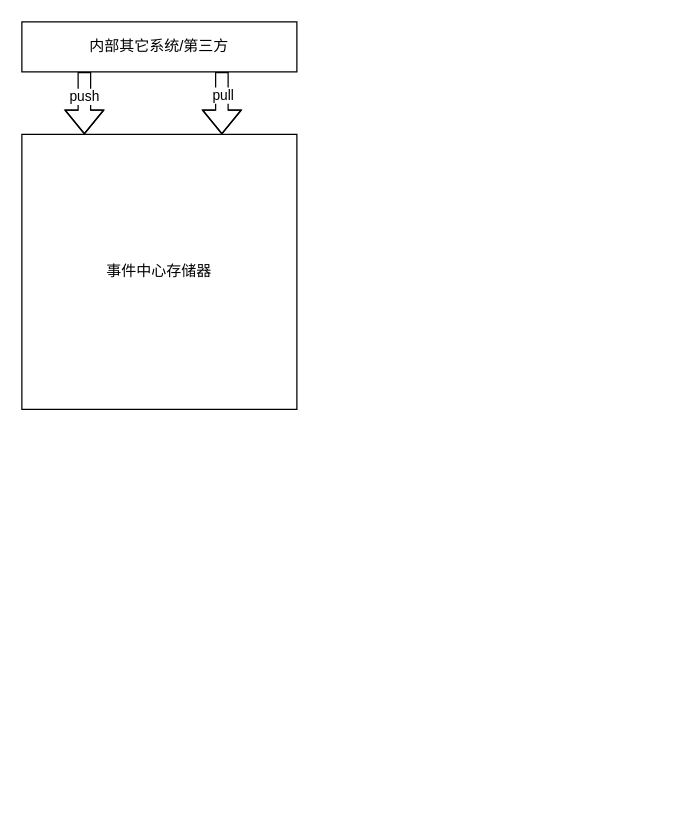
This is page "事件架构图" (2 of 2) of Untitled Diagram.drawio from WashingtonWang/diagram, a draw.io file, before an edit. Source tidied: cells renumbered, new cells numbered last; positions are measured from the earlier drawing's top-left corner, leaving out a move shared by most shapes. Both pictures are drawn from the tidied source at 125%, with x=0, y=0 at pixel (21, 21).
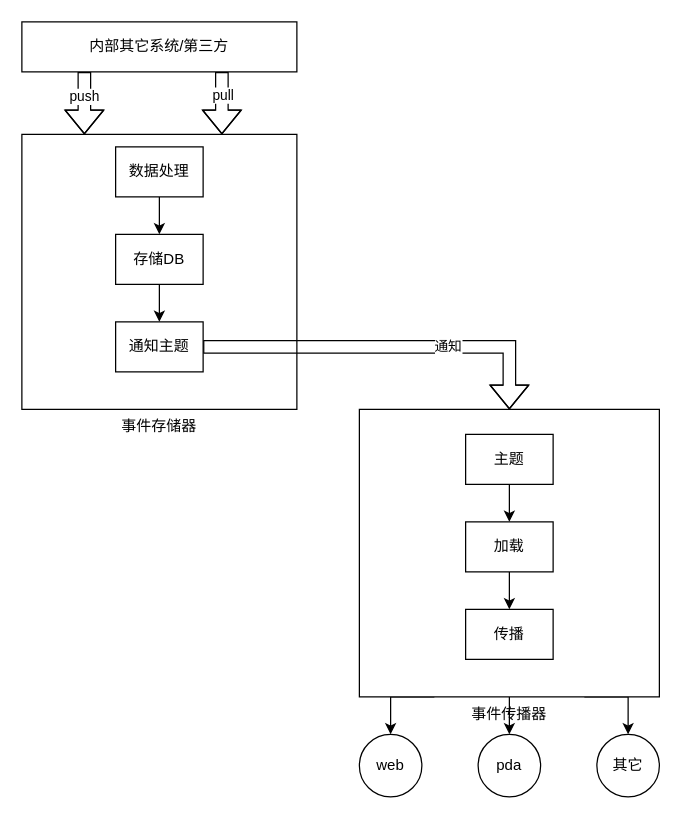
The same diagram, later.

Commit message:
forwardx 事件 架构图

Change to the diagram source:
```diff
@@
-    <mxCell id="5" value="事件中心存储器" style="whiteSpace=wrap;html=1;rounded=0;" parent="1" vertex="1">
+    <mxCell id="5" value="事件存储器" style="whiteSpace=wrap;html=1;rounded=0;verticalAlign=top;labelPosition=center;verticalLabelPosition=bottom;align=center;" parent="1" vertex="1">
       <mxGeometry y="90" width="220" height="220" as="geometry" />
     </mxCell>
@@
+    <mxCell id="8" style="edgeStyle=orthogonalEdgeStyle;rounded=0;jettySize=auto;html=1;" parent="1" edge="1" source="9" target="11">
+      <mxGeometry relative="1" as="geometry" />
+    </mxCell>
+    <mxCell id="9" value="数据处理" style="rounded=0;whiteSpace=wrap;html=1;" parent="1" vertex="1">
+      <mxGeometry x="75" y="100" width="70" height="40" as="geometry" />
+    </mxCell>
+    <mxCell id="10" style="edgeStyle=orthogonalEdgeStyle;rounded=0;jettySize=auto;html=1;exitX=0.5;exitY=1;exitDx=0;exitDy=0;entryX=0.5;entryY=0;entryDx=0;entryDy=0;" parent="1" edge="1" source="11" target="14">
+      <mxGeometry relative="1" as="geometry" />
+    </mxCell>
+    <mxCell id="11" value="存储DB" style="rounded=0;whiteSpace=wrap;html=1;" parent="1" vertex="1">
+      <mxGeometry x="75" y="170" width="70" height="40" as="geometry" />
+    </mxCell>
+    <mxCell id="12" style="edgeStyle=orthogonalEdgeStyle;shape=flexArrow;rounded=0;comic=0;sketch=0;jumpStyle=none;jettySize=auto;html=1;exitX=1;exitY=0.5;exitDx=0;exitDy=0;entryX=0.5;entryY=0;entryDx=0;entryDy=0;shadow=0;endFill=1;strokeColor=default;" parent="1" edge="1" source="14" target="20">
+      <mxGeometry relative="1" as="geometry" />
+    </mxCell>
+    <mxCell id="13" value="通知" style="edgeLabel;html=1;align=center;verticalAlign=middle;" parent="12" vertex="1">
+      <mxGeometry x="0.32" y="1" relative="1" as="geometry" />
+    </mxCell>
+    <mxCell id="14" value="通知主题" style="rounded=0;whiteSpace=wrap;html=1;" parent="1" vertex="1">
+      <mxGeometry x="75" y="240" width="70" height="40" as="geometry" />
+    </mxCell>
+    <mxCell id="15" style="edgeStyle=orthogonalEdgeStyle;rounded=0;sketch=0;jumpStyle=none;jettySize=auto;html=1;exitX=0.5;exitY=0;exitDx=0;exitDy=0;entryX=0.5;entryY=0;entryDx=0;entryDy=0;shadow=0;" parent="1" edge="1" source="20" target="22">
+      <mxGeometry relative="1" as="geometry" />
+    </mxCell>
+    <mxCell id="16" style="edgeStyle=orthogonalEdgeStyle;rounded=0;sketch=0;jumpStyle=none;jettySize=auto;html=1;exitX=0.5;exitY=0;exitDx=0;exitDy=0;entryX=0.5;entryY=0;entryDx=0;entryDy=0;shadow=0;" parent="1" edge="1" source="20" target="22">
+      <mxGeometry relative="1" as="geometry" />
+    </mxCell>
+    <mxCell id="17" style="edgeStyle=orthogonalEdgeStyle;rounded=0;comic=0;sketch=0;jumpStyle=none;jettySize=auto;html=1;exitX=0.25;exitY=1;exitDx=0;exitDy=0;entryX=0.5;entryY=0;entryDx=0;entryDy=0;shadow=0;endFill=1;strokeColor=default;" parent="1" edge="1" source="20" target="26">
+      <mxGeometry relative="1" as="geometry">
+        <Array as="points">
+          <mxPoint x="295" y="540" />
+        </Array>
+      </mxGeometry>
+    </mxCell>
+    <mxCell id="18" style="edgeStyle=orthogonalEdgeStyle;rounded=0;comic=0;sketch=0;jumpStyle=none;jettySize=auto;html=1;entryX=0.5;entryY=0;entryDx=0;entryDy=0;shadow=0;endFill=1;strokeColor=default;" parent="1" edge="1" source="20" target="27">
+      <mxGeometry relative="1" as="geometry" />
+    </mxCell>
+    <mxCell id="19" style="edgeStyle=orthogonalEdgeStyle;rounded=0;comic=0;sketch=0;jumpStyle=none;jettySize=auto;html=1;exitX=0.75;exitY=1;exitDx=0;exitDy=0;shadow=0;endFill=1;strokeColor=default;" parent="1" edge="1" source="20" target="28">
+      <mxGeometry relative="1" as="geometry">
+        <Array as="points">
+          <mxPoint x="485" y="540" />
+        </Array>
+      </mxGeometry>
+    </mxCell>
+    <mxCell id="20" value="事件传播器" style="rounded=0;whiteSpace=wrap;html=1;verticalAlign=top;labelPosition=center;verticalLabelPosition=bottom;align=center;" parent="1" vertex="1">
+      <mxGeometry x="270" y="310" width="240" height="230" as="geometry" />
+    </mxCell>
+    <mxCell id="21" style="edgeStyle=orthogonalEdgeStyle;rounded=0;comic=0;sketch=0;jumpStyle=none;jettySize=auto;html=1;entryX=0.5;entryY=0;entryDx=0;entryDy=0;shadow=0;endFill=1;strokeColor=default;" parent="1" edge="1" source="22" target="24">
+      <mxGeometry relative="1" as="geometry" />
+    </mxCell>
+    <mxCell id="22" value="主题" style="rounded=0;whiteSpace=wrap;html=1;" parent="1" vertex="1">
+      <mxGeometry x="355" y="330" width="70" height="40" as="geometry" />
+    </mxCell>
+    <mxCell id="23" style="edgeStyle=orthogonalEdgeStyle;rounded=0;comic=0;sketch=0;jumpStyle=none;jettySize=auto;html=1;exitX=0.5;exitY=1;exitDx=0;exitDy=0;shadow=0;endFill=1;strokeColor=default;" parent="1" edge="1" source="24" target="25">
+      <mxGeometry relative="1" as="geometry" />
+    </mxCell>
+    <mxCell id="24" value="加载" style="rounded=0;whiteSpace=wrap;html=1;" parent="1" vertex="1">
+      <mxGeometry x="355" y="400" width="70" height="40" as="geometry" />
+    </mxCell>
+    <mxCell id="25" value="传播" style="rounded=0;whiteSpace=wrap;html=1;" parent="1" vertex="1">
+      <mxGeometry x="355" y="470" width="70" height="40" as="geometry" />
+    </mxCell>
+    <mxCell id="26" value="web" style="ellipse;whiteSpace=wrap;html=1;" parent="1" vertex="1">
+      <mxGeometry x="270" y="570" width="50" height="50" as="geometry" />
+    </mxCell>
+    <mxCell id="27" value="pda" style="ellipse;whiteSpace=wrap;html=1;" parent="1" vertex="1">
+      <mxGeometry x="365" y="570" width="50" height="50" as="geometry" />
+    </mxCell>
+    <mxCell id="28" value="其它" style="ellipse;whiteSpace=wrap;html=1;" parent="1" vertex="1">
+      <mxGeometry x="460" y="570" width="50" height="50" as="geometry" />
+    </mxCell>
```
